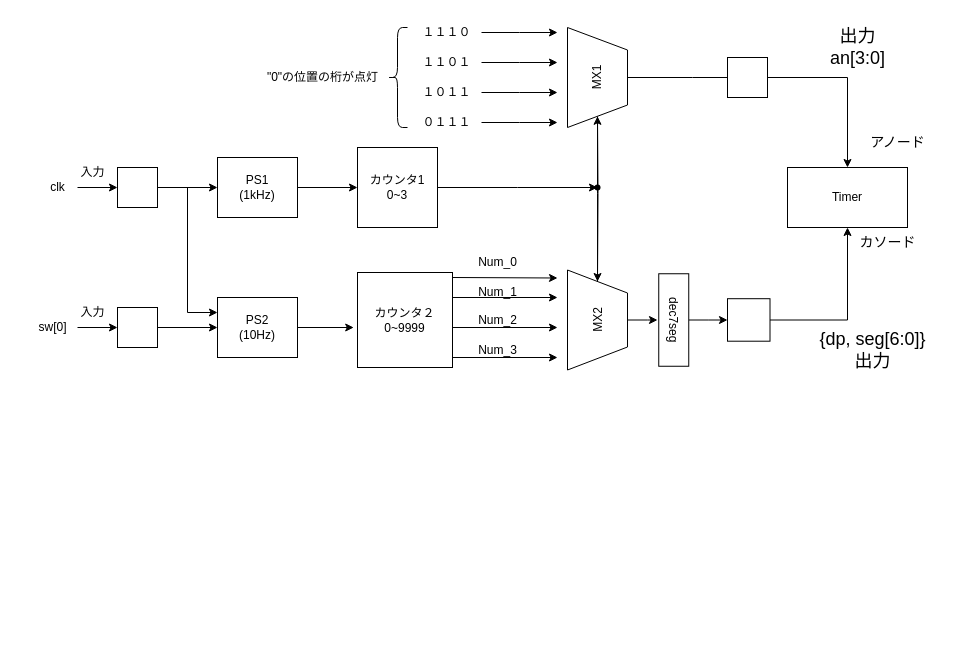
Above: thame4.drawio in kami5kaze/-kotani (draw.io), before the change. Source tidied: cells renumbered, new cells numbered last; positions are measured from the earlier drawing's top-left corner, leaving out a move shared by most shapes. Both pictures are drawn from the tidied source at 100%, with x=0, y=0 at pixel (27, 17).
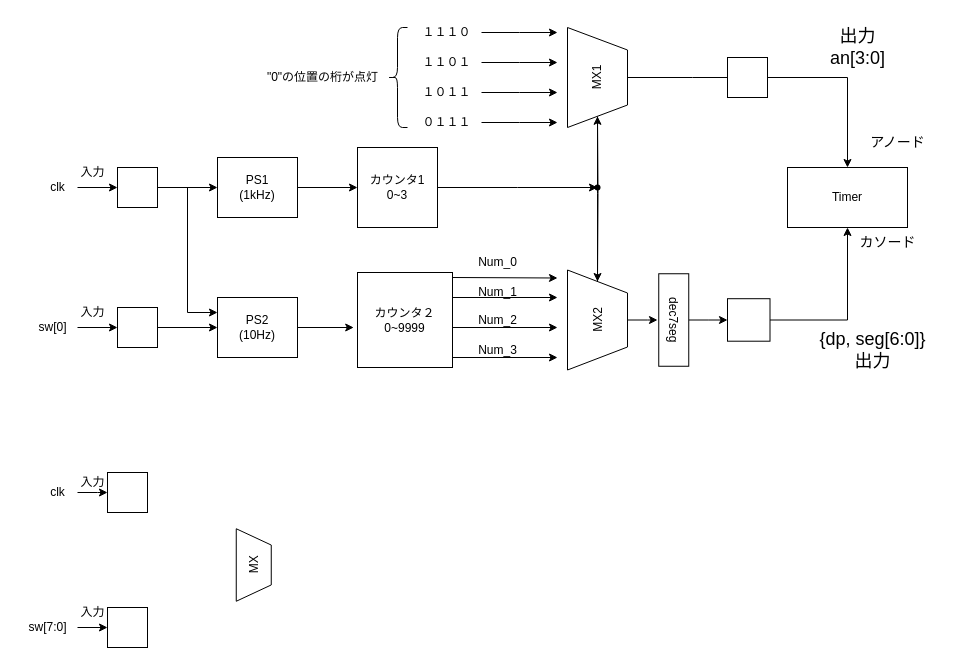
The same page after the edit.

Commit message (it also covers changes not shown here):
thame4.drawio を更新します

What changed in the source:
```diff
@@
+    <mxCell id="56" style="edgeStyle=orthogonalEdgeStyle;rounded=0;jettySize=auto;html=1;" parent="1" edge="1" source="57">
+      <mxGeometry relative="1" as="geometry">
+        <mxPoint x="80" y="475" as="targetPoint" />
+      </mxGeometry>
+    </mxCell>
+    <mxCell id="57" value="clk" style="text;html=1;align=center;verticalAlign=middle;points=[];strokeColor=none;fillColor=none;" parent="1" vertex="1">
+      <mxGeometry x="10" y="460" width="40" height="30" as="geometry" />
+    </mxCell>
+    <mxCell id="58" value="入力" style="text;html=1;align=center;verticalAlign=middle;strokeColor=none;fillColor=none;" parent="1" vertex="1">
+      <mxGeometry x="40" y="450" width="50" height="30" as="geometry" />
+    </mxCell>
+    <mxCell id="59" style="whiteSpace=wrap;html=1;" parent="1" vertex="1">
+      <mxGeometry x="80" y="455" width="40" height="40" as="geometry" />
+    </mxCell>
+    <mxCell id="60" style="whiteSpace=wrap;html=1;" parent="1" vertex="1">
+      <mxGeometry x="80" y="590" width="40" height="40" as="geometry" />
+    </mxCell>
+    <mxCell id="61" style="edgeStyle=orthogonalEdgeStyle;rounded=0;jettySize=auto;html=1;" parent="1" edge="1" source="62" target="60">
+      <mxGeometry relative="1" as="geometry" />
+    </mxCell>
+    <mxCell id="62" value="sw[7:0]" style="text;html=1;align=center;verticalAlign=middle;points=[];strokeColor=none;fillColor=none;" parent="1" vertex="1">
+      <mxGeometry x="-10" y="595" width="60" height="30" as="geometry" />
+    </mxCell>
+    <mxCell id="63" value="入力" style="text;html=1;align=center;verticalAlign=middle;strokeColor=none;fillColor=none;" parent="1" vertex="1">
+      <mxGeometry x="40" y="580" width="50" height="30" as="geometry" />
+    </mxCell>
+    <mxCell id="64" value="MX" style="verticalLabelPosition=middle;verticalAlign=middle;html=1;shape=trapezoid;perimeter=trapezoidPerimeter;whiteSpace=wrap;size=0.22499999999999998;arcSize=10;flipV=1;labelPosition=center;align=center;rotation=-90;" parent="1" vertex="1">
+      <mxGeometry x="190" y="530" width="72.5" height="35" as="geometry" />
+    </mxCell>
```
